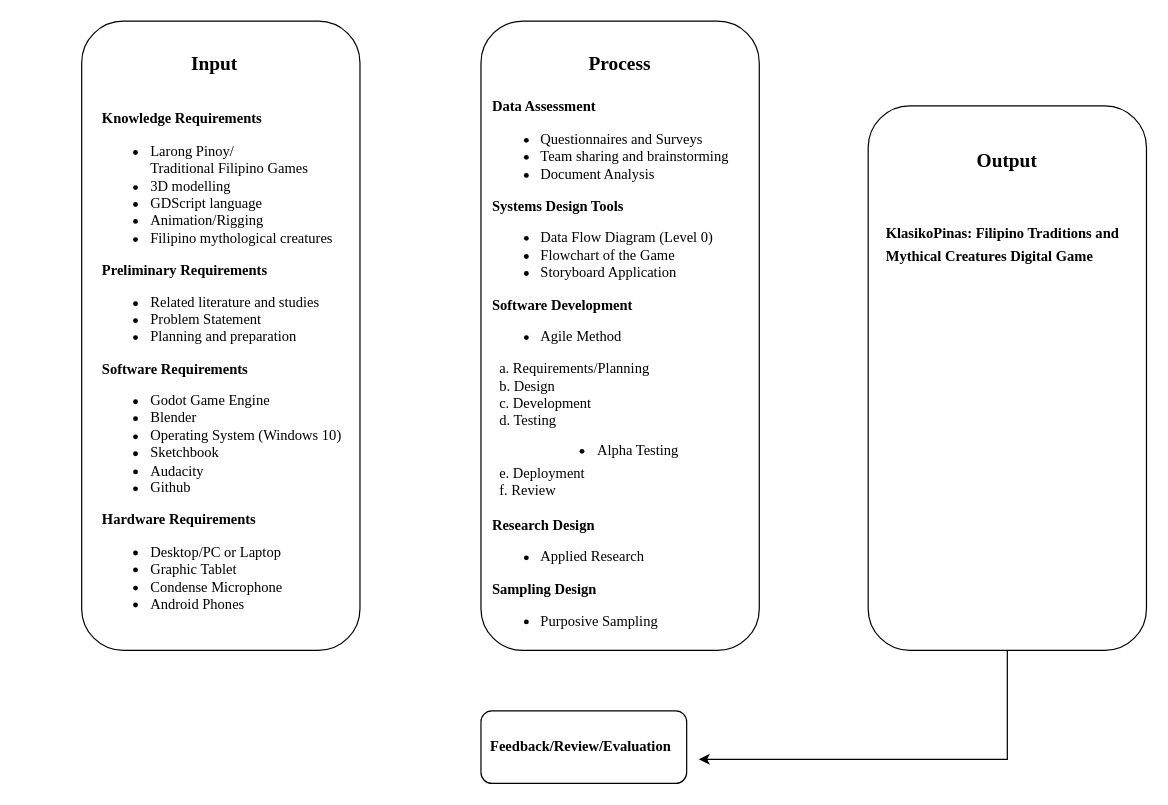
The draw.io diagram Untitled Diagram.drawio in malvedalim/JAVa, before the edit. Source tidied: cells renumbered, new cells numbered last; positions are measured from the earlier drawing's top-left corner, leaving out a move shared by most shapes. Both pictures are drawn from the tidied source at 121%, with x=0, y=0 at pixel (21, 21).
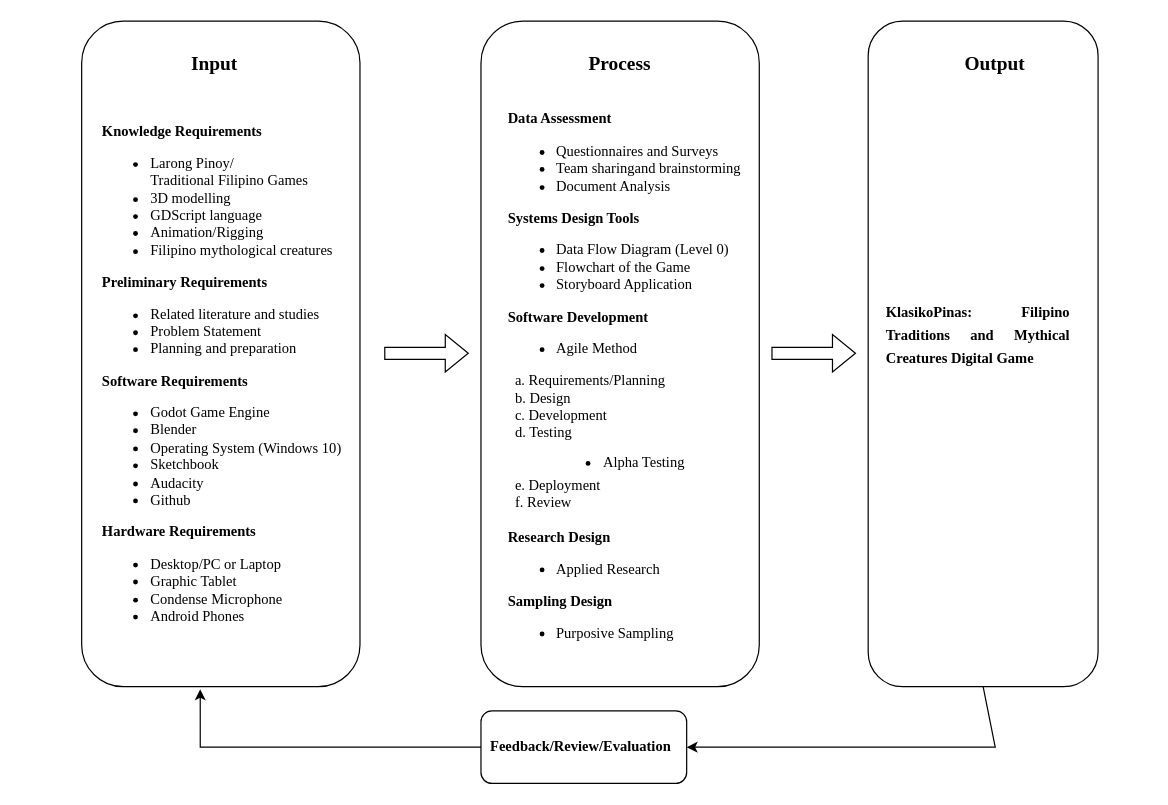
The same page after the edit.

The change refers to these unchanged cells:
```xml
<mxCell id="12" value="&amp;nbsp; &lt;b&gt;Feedback/Review/Evaluation&lt;/b&gt;" style="rounded=1;whiteSpace=wrap;html=1;fontFamily=Times New Roman;fontSize=12;align=left;" parent="1" vertex="1">
  <mxGeometry x="380" y="570" width="170" height="60" as="geometry" />
</mxCell>
```

Change to the diagram source:
```diff
@@
     <mxCell id="2" style="rounded=1;whiteSpace=wrap;html=1;align=center;" parent="1" vertex="1">
-      <mxGeometry x="50" width="230" height="520" as="geometry" />
+      <mxGeometry x="50" width="230" height="550" as="geometry" />
     </mxCell>
     <mxCell id="3" value="&lt;div align=&quot;justify&quot;&gt;&lt;font face=&quot;Times New Roman&quot;&gt;&lt;br&gt;&lt;/font&gt;&lt;/div&gt;&lt;div align=&quot;justify&quot;&gt;&lt;div&gt;&lt;b&gt;&lt;font style=&quot;font-size: 12px&quot; face=&quot;Times New Roman&quot;&gt;Knowledge Requirements&lt;/font&gt;&lt;/b&gt;&lt;/div&gt;&lt;div&gt;&lt;ul&gt;&lt;li&gt;&lt;div&gt;&lt;font face=&quot;Times New Roman&quot;&gt;&lt;span&gt;Larong Pinoy/&lt;br&gt;&lt;/span&gt;&lt;/font&gt;&lt;/div&gt;&lt;font face=&quot;Times New Roman&quot;&gt;Traditional Filipino Games&lt;/font&gt;&lt;/li&gt;&lt;li&gt;&lt;font face=&quot;Times New Roman&quot;&gt;3D modelling&lt;/font&gt;&lt;/li&gt;&lt;li&gt;&lt;font face=&quot;Times New Roman&quot;&gt;GDScript language&lt;br&gt;&lt;/font&gt;&lt;/li&gt;&lt;li&gt;&lt;div&gt;&lt;font face=&quot;Times New Roman&quot;&gt;Animation/Rigging&lt;/font&gt;&lt;/div&gt;&lt;/li&gt;&lt;li&gt;&lt;font face=&quot;Times New Roman&quot;&gt;Filipino mythological creatures&lt;/font&gt;&lt;/li&gt;&lt;/ul&gt;&lt;div&gt;&lt;b&gt;&lt;font face=&quot;Times New Roman&quot;&gt;Preliminary Requirements&lt;/font&gt;&lt;/b&gt;&lt;/div&gt;&lt;div&gt;&lt;ul&gt;&lt;li&gt;&lt;font face=&quot;Times New Roman&quot;&gt;Related literature and studies&lt;br&gt;&lt;/font&gt;&lt;/li&gt;&lt;li&gt;&lt;font face=&quot;Times New Roman&quot;&gt;Problem Statement&lt;br&gt;&lt;/font&gt;&lt;/li&gt;&lt;li&gt;&lt;font face=&quot;Times New Roman&quot;&gt;Planning and preparation&lt;/font&gt;&lt;/li&gt;&lt;/ul&gt;&lt;div&gt;&lt;b&gt;&lt;font face=&quot;Times New Roman&quot;&gt;Software Requirements&lt;/font&gt;&lt;/b&gt;&lt;/div&gt;&lt;div&gt;&lt;ul&gt;&lt;li&gt;&lt;font face=&quot;Times New Roman&quot;&gt;Godot Game Engine&lt;/font&gt;&lt;/li&gt;&lt;li&gt;&lt;font face=&quot;Times New Roman&quot;&gt;Blender&lt;/font&gt;&lt;/li&gt;&lt;li&gt;&lt;font face=&quot;Times New Roman&quot;&gt;Operating System (Windows 10)&lt;/font&gt;&lt;/li&gt;&lt;li&gt;&lt;font face=&quot;Times New Roman&quot;&gt;Sketchbook&lt;/font&gt;&lt;/li&gt;&lt;li&gt;&lt;font face=&quot;Times New Roman&quot;&gt;Audacity&lt;/font&gt;&lt;/li&gt;&lt;li&gt;&lt;font face=&quot;Times New Roman&quot;&gt;Github&lt;/font&gt;&lt;/li&gt;&lt;/ul&gt;&lt;div&gt;&lt;b&gt;&lt;font face=&quot;Times New Roman&quot;&gt;Hardware Requirements&lt;/font&gt;&lt;/b&gt;&lt;/div&gt;&lt;div&gt;&lt;ul&gt;&lt;li&gt;&lt;font face=&quot;Times New Roman&quot;&gt;Desktop/PC or Laptop&lt;/font&gt;&lt;/li&gt;&lt;li&gt;&lt;font face=&quot;Times New Roman&quot;&gt;Graphic Tablet&lt;/font&gt;&lt;/li&gt;&lt;li&gt;&lt;font face=&quot;Times New Roman&quot;&gt;Condense Microphone&lt;/font&gt;&lt;/li&gt;&lt;li&gt;&lt;font face=&quot;Times New Roman&quot;&gt;Android Phones&lt;br&gt;&lt;/font&gt;&lt;/li&gt;&lt;/ul&gt;&lt;/div&gt;&lt;/div&gt;&lt;/div&gt;&lt;/div&gt;&lt;/div&gt;" style="text;html=1;strokeColor=none;fillColor=none;spacing=5;spacingTop=-20;whiteSpace=wrap;overflow=hidden;rounded=0;align=right;" parent="1" vertex="1">
-      <mxGeometry y="70" width="270" height="490" as="geometry" />
+      <mxGeometry x="60" y="80" width="210" height="450" as="geometry" />
     </mxCell>
@@
     <mxCell id="5" style="rounded=1;whiteSpace=wrap;html=1;align=center;" parent="1" vertex="1">
-      <mxGeometry x="380" width="230" height="520" as="geometry" />
+      <mxGeometry x="380" width="230" height="550" as="geometry" />
     </mxCell>
@@
-    <mxCell id="7" value="&lt;div align=&quot;justify&quot;&gt;&lt;font face=&quot;Times New Roman&quot;&gt;&lt;br&gt;&lt;/font&gt;&lt;/div&gt;&lt;div align=&quot;justify&quot;&gt;&lt;div&gt;&lt;font style=&quot;font-size: 12px&quot; face=&quot;Times New Roman&quot;&gt;&lt;b&gt;Data Assessment&lt;/b&gt;&lt;br&gt;&lt;/font&gt;&lt;/div&gt;&lt;div&gt;&lt;ul&gt;&lt;li&gt;&lt;font face=&quot;Times New Roman&quot;&gt;Questionnaires and Surveys&lt;/font&gt;&lt;/li&gt;&lt;li&gt;&lt;font face=&quot;Times New Roman&quot;&gt;Team sharing and brainstorming&lt;/font&gt;&lt;/li&gt;&lt;li&gt;&lt;font face=&quot;Times New Roman&quot;&gt;Document Analysis&lt;br&gt;&lt;/font&gt;&lt;/li&gt;&lt;/ul&gt;&lt;font face=&quot;Times New Roman&quot;&gt;&lt;b&gt;Systems Design Tools&lt;/b&gt;&lt;br&gt;&lt;/font&gt;&lt;div&gt;&lt;ul&gt;&lt;li&gt;&lt;font face=&quot;Times New Roman&quot;&gt;Data Flow Diagram (Level 0)&lt;br&gt;&lt;/font&gt;&lt;/li&gt;&lt;li&gt;&lt;font face=&quot;Times New Roman&quot;&gt;Flowchart of the Game&lt;br&gt;&lt;/font&gt;&lt;/li&gt;&lt;li&gt;&lt;font face=&quot;Times New Roman&quot;&gt;Storyboard Application&lt;br&gt;&lt;/font&gt;&lt;/li&gt;&lt;/ul&gt;&lt;div&gt;&lt;b&gt;&lt;font face=&quot;Times New Roman&quot;&gt;Software Development&lt;/font&gt;&lt;/b&gt;&lt;/div&gt;&lt;div&gt;&lt;ul&gt;&lt;li&gt;&lt;font face=&quot;Times New Roman&quot;&gt;Agile Method&lt;/font&gt;&lt;/li&gt;&lt;/ul&gt;&lt;/div&gt;&lt;div&gt;&lt;font face=&quot;Times New Roman&quot;&gt;&lt;span style=&quot;white-space: pre&quot;&gt; &lt;/span&gt;&lt;span style=&quot;white-space: pre&quot;&gt; &lt;/span&gt;a. Requirements/Planning&lt;br&gt;&lt;/font&gt;&lt;/div&gt;&lt;div&gt;&lt;font face=&quot;Times New Roman&quot;&gt;&lt;span style=&quot;white-space: pre&quot;&gt; &lt;/span&gt;&lt;span style=&quot;white-space: pre&quot;&gt; &lt;/span&gt;b. Design&lt;br&gt;&lt;span style=&quot;white-space: pre&quot;&gt; &lt;/span&gt;&lt;span style=&quot;white-space: pre&quot;&gt; &lt;/span&gt;c. Development&lt;br&gt;&lt;span style=&quot;white-space: pre&quot;&gt; &lt;/span&gt;&lt;span style=&quot;white-space: pre&quot;&gt; &lt;/span&gt;d. Testing&lt;/font&gt;&lt;/div&gt;&lt;div&gt;&lt;font face=&quot;Times New Roman&quot;&gt;&lt;br&gt;&lt;/font&gt;&lt;/div&gt;&lt;div&gt;&lt;font face=&quot;Times New Roman&quot;&gt;&lt;br&gt;&lt;span style=&quot;white-space: pre&quot;&gt; &lt;/span&gt;&lt;span style=&quot;white-space: pre&quot;&gt; &lt;/span&gt;e. Deployment&lt;br&gt;&lt;span style=&quot;white-space: pre&quot;&gt; &lt;/span&gt;&lt;span style=&quot;white-space: pre&quot;&gt; &lt;/span&gt;f. Review&lt;br&gt;&lt;/font&gt;&lt;/div&gt;&lt;div&gt;&lt;font face=&quot;Times New Roman&quot;&gt;&lt;br&gt;&lt;/font&gt;&lt;div&gt;&lt;b&gt;&lt;font face=&quot;Times New Roman&quot;&gt;Research Design&lt;/font&gt;&lt;/b&gt;&lt;/div&gt;&lt;div&gt;&lt;ul&gt;&lt;li&gt;&lt;font face=&quot;Times New Roman&quot;&gt;Applied Research&lt;br&gt;&lt;/font&gt;&lt;/li&gt;&lt;/ul&gt;&lt;/div&gt;&lt;div&gt;&lt;font face=&quot;Times New Roman&quot;&gt;&lt;b&gt;Sampling Design&lt;/b&gt;&lt;br&gt;&lt;/font&gt;&lt;/div&gt;&lt;div&gt;&lt;ul&gt;&lt;li&gt;&lt;font face=&quot;Times New Roman&quot;&gt;Purposive Sampling&lt;br&gt;&lt;/font&gt;&lt;/li&gt;&lt;/ul&gt;&lt;/div&gt;&lt;/div&gt;&lt;/div&gt;&lt;/div&gt;&lt;/div&gt;" style="text;html=1;strokeColor=none;fillColor=none;spacing=5;spacingTop=-20;whiteSpace=wrap;overflow=hidden;rounded=0;align=right;" parent="1" vertex="1">
-      <mxGeometry x="320" y="60" width="270" height="490" as="geometry" />
+    <mxCell id="7" value="&lt;div align=&quot;justify&quot;&gt;&lt;font face=&quot;Times New Roman&quot;&gt;&lt;br&gt;&lt;/font&gt;&lt;/div&gt;&lt;div align=&quot;justify&quot;&gt;&lt;div&gt;&lt;font style=&quot;font-size: 12px&quot; face=&quot;Times New Roman&quot;&gt;&lt;b&gt;Data Assessment&lt;/b&gt;&lt;br&gt;&lt;/font&gt;&lt;/div&gt;&lt;div&gt;&lt;ul&gt;&lt;li&gt;&lt;font face=&quot;Times New Roman&quot;&gt;Questionnaires and Surveys&lt;/font&gt;&lt;/li&gt;&lt;li&gt;&lt;font face=&quot;Times New Roman&quot;&gt;Team sharingand brainstorming&lt;/font&gt;&lt;/li&gt;&lt;li&gt;&lt;font face=&quot;Times New Roman&quot;&gt;Document Analysis&lt;br&gt;&lt;/font&gt;&lt;/li&gt;&lt;/ul&gt;&lt;font face=&quot;Times New Roman&quot;&gt;&lt;b&gt;Systems Design Tools&lt;/b&gt;&lt;br&gt;&lt;/font&gt;&lt;div&gt;&lt;ul&gt;&lt;li&gt;&lt;font face=&quot;Times New Roman&quot;&gt;Data Flow Diagram (Level 0)&lt;br&gt;&lt;/font&gt;&lt;/li&gt;&lt;li&gt;&lt;font face=&quot;Times New Roman&quot;&gt;Flowchart of the Game&lt;br&gt;&lt;/font&gt;&lt;/li&gt;&lt;li&gt;&lt;font face=&quot;Times New Roman&quot;&gt;Storyboard Application&lt;br&gt;&lt;/font&gt;&lt;/li&gt;&lt;/ul&gt;&lt;div&gt;&lt;b&gt;&lt;font face=&quot;Times New Roman&quot;&gt;Software Development&lt;/font&gt;&lt;/b&gt;&lt;/div&gt;&lt;div&gt;&lt;ul&gt;&lt;li&gt;&lt;font face=&quot;Times New Roman&quot;&gt;Agile Method&lt;/font&gt;&lt;/li&gt;&lt;/ul&gt;&lt;font face=&quot;Times New Roman&quot;&gt;&lt;span style=&quot;white-space: pre&quot;&gt; &lt;/span&gt;&lt;span style=&quot;white-space: pre&quot;&gt; &lt;/span&gt;a. Requirements/Planning&lt;br&gt;&lt;/font&gt;&lt;/div&gt;&lt;div&gt;&lt;font face=&quot;Times New Roman&quot;&gt;&lt;span style=&quot;white-space: pre&quot;&gt; &lt;/span&gt;&lt;span style=&quot;white-space: pre&quot;&gt; &lt;/span&gt;b. Design&lt;br&gt;&lt;span style=&quot;white-space: pre&quot;&gt; &lt;/span&gt;&lt;span style=&quot;white-space: pre&quot;&gt; &lt;/span&gt;c. Development&lt;br&gt;&lt;span style=&quot;white-space: pre&quot;&gt; &lt;/span&gt;&lt;span style=&quot;white-space: pre&quot;&gt; &lt;/span&gt;d. Testing&lt;/font&gt;&lt;/div&gt;&lt;div&gt;&lt;font face=&quot;Times New Roman&quot;&gt;&lt;br&gt;&lt;/font&gt;&lt;/div&gt;&lt;div&gt;&lt;font face=&quot;Times New Roman&quot;&gt;&lt;br&gt;&lt;span style=&quot;white-space: pre&quot;&gt; &lt;/span&gt;&lt;span style=&quot;white-space: pre&quot;&gt; &lt;/span&gt;e. Deployment&lt;br&gt;&lt;span style=&quot;white-space: pre&quot;&gt; &lt;/span&gt;&lt;span style=&quot;white-space: pre&quot;&gt; &lt;/span&gt;f. Review&lt;br&gt;&lt;/font&gt;&lt;/div&gt;&lt;div&gt;&lt;font face=&quot;Times New Roman&quot;&gt;&lt;br&gt;&lt;/font&gt;&lt;div&gt;&lt;b&gt;&lt;font face=&quot;Times New Roman&quot;&gt;Research Design&lt;/font&gt;&lt;/b&gt;&lt;/div&gt;&lt;div&gt;&lt;ul&gt;&lt;li&gt;&lt;font face=&quot;Times New Roman&quot;&gt;Applied Research&lt;br&gt;&lt;/font&gt;&lt;/li&gt;&lt;/ul&gt;&lt;/div&gt;&lt;div&gt;&lt;font face=&quot;Times New Roman&quot;&gt;&lt;b&gt;Sampling Design&lt;/b&gt;&lt;br&gt;&lt;/font&gt;&lt;/div&gt;&lt;div&gt;&lt;ul&gt;&lt;li&gt;&lt;font face=&quot;Times New Roman&quot;&gt;Purposive Sampling&lt;br&gt;&lt;/font&gt;&lt;/li&gt;&lt;/ul&gt;&lt;/div&gt;&lt;/div&gt;&lt;/div&gt;&lt;/div&gt;&lt;/div&gt;" style="text;html=1;strokeColor=none;fillColor=none;spacing=5;spacingTop=-20;whiteSpace=wrap;overflow=hidden;rounded=0;align=right;" parent="1" vertex="1">
+      <mxGeometry x="390" y="70" width="210" height="480" as="geometry" />
     </mxCell>
     <mxCell id="8" value="&lt;ul&gt;&lt;li&gt;Alpha Testing&lt;br&gt;&lt;/li&gt;&lt;/ul&gt;" style="text;html=1;strokeColor=none;fillColor=none;align=center;verticalAlign=middle;whiteSpace=wrap;rounded=0;fontFamily=Times New Roman;fontSize=12;" parent="1" vertex="1">
-      <mxGeometry x="430" y="340" width="120" height="30" as="geometry" />
+      <mxGeometry x="435" y="350" width="120" height="30" as="geometry" />
     </mxCell>
     <mxCell id="9" style="rounded=1;whiteSpace=wrap;html=1;align=center;" parent="1" vertex="1">
-      <mxGeometry x="700" y="70" width="230" height="450" as="geometry" />
+      <mxGeometry x="700" width="190" height="550" as="geometry" />
     </mxCell>
-    <mxCell id="10" value="&lt;b&gt;&lt;font style=&quot;font-size: 12px&quot; face=&quot;Times New Roman&quot;&gt;KlasikoPinas: Filipino Traditions and Mythical Creatures Digital Game&lt;/font&gt;&lt;/b&gt;" style="text;html=1;strokeColor=none;fillColor=none;spacing=5;spacingTop=-20;whiteSpace=wrap;overflow=hidden;rounded=0;fontFamily=Times New Roman;fontSize=16;align=left;" parent="1" vertex="1">
-      <mxGeometry x="710" y="175" width="210" height="280" as="geometry" />
+    <mxCell id="10" value="&lt;div align=&quot;justify&quot;&gt;&lt;b&gt;&lt;font style=&quot;font-size: 12px&quot; face=&quot;Times New Roman&quot;&gt;KlasikoPinas: Filipino Traditions and Mythical Creatures Digital Game&lt;/font&gt;&lt;/b&gt;&lt;/div&gt;" style="text;html=1;strokeColor=none;fillColor=none;spacing=5;spacingTop=-20;whiteSpace=wrap;overflow=hidden;rounded=0;fontFamily=Times New Roman;fontSize=16;align=left;" parent="1" vertex="1">
+      <mxGeometry x="710" y="240" width="160" height="110" as="geometry" />
     </mxCell>
     <mxCell id="11" value="&lt;b&gt;&lt;font style=&quot;font-size: 16px&quot;&gt;Output&lt;/font&gt;&lt;/b&gt;" style="text;html=1;strokeColor=none;fillColor=none;align=center;verticalAlign=middle;whiteSpace=wrap;rounded=0;fontFamily=Times New Roman;fontSize=12;" parent="1" vertex="1">
-      <mxGeometry x="785" y="100" width="60" height="30" as="geometry" />
+      <mxGeometry x="775" y="20" width="60" height="30" as="geometry" />
     </mxCell>
@@
-    <mxCell id="13" style="endArrow=classic;html=1;rounded=0;fontFamily=Times New Roman;fontSize=12;exitX=0.5;exitY=1;exitDx=0;exitDy=0;" parent="1" edge="1" source="9">
+    <mxCell id="13" style="endArrow=classic;html=1;rounded=0;fontFamily=Times New Roman;fontSize=12;exitX=0.5;exitY=1;exitDx=0;exitDy=0;entryX=1;entryY=0.5;entryDx=0;entryDy=0;" parent="1" edge="1" source="9" target="12">
       <mxGeometry relative="1" as="geometry">
-        <mxPoint x="560" y="610" as="targetPoint" />
         <Array as="points">
-          <mxPoint x="815" y="610" />
+          <mxPoint x="805" y="600" />
         </Array>
       </mxGeometry>
     </mxCell>
+    <mxCell id="14" style="endArrow=classic;html=1;rounded=0;fontFamily=Times New Roman;fontSize=12;exitX=0;exitY=0.5;exitDx=0;exitDy=0;entryX=0.426;entryY=1.004;entryDx=0;entryDy=0;entryPerimeter=0;" parent="1" edge="1" source="12" target="2">
+      <mxGeometry relative="1" as="geometry">
+        <Array as="points">
+          <mxPoint x="148" y="600" />
+        </Array>
+      </mxGeometry>
+    </mxCell>
+    <mxCell id="15" style="shape=flexArrow;endArrow=classic;html=1;rounded=0;fontFamily=Times New Roman;fontSize=12;" parent="1" edge="1">
+      <mxGeometry relative="1" as="geometry">
+        <mxPoint x="300" y="274.5" as="sourcePoint" />
+        <mxPoint x="370" y="274.5" as="targetPoint" />
+      </mxGeometry>
+    </mxCell>
+    <mxCell id="16" style="shape=flexArrow;endArrow=classic;html=1;rounded=0;fontFamily=Times New Roman;fontSize=12;" parent="1" edge="1">
+      <mxGeometry relative="1" as="geometry">
+        <mxPoint x="620" y="274.5" as="sourcePoint" />
+        <mxPoint x="690" y="274.5" as="targetPoint" />
+      </mxGeometry>
+    </mxCell>
```
